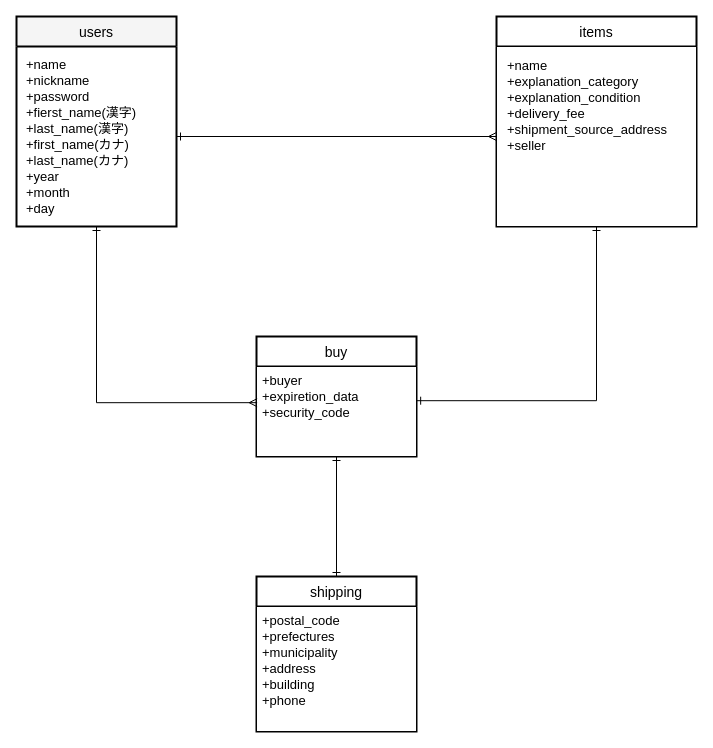
This is furima.dio from takashimayuusuke/furima-32497, a draw.io file, before an edit. Source tidied: cells renumbered, new cells numbered last; positions are measured from the earlier drawing's top-left corner, leaving out a move shared by most shapes. Both pictures are drawn from the tidied source at 100%, with x=0, y=0 at pixel (16, 16).
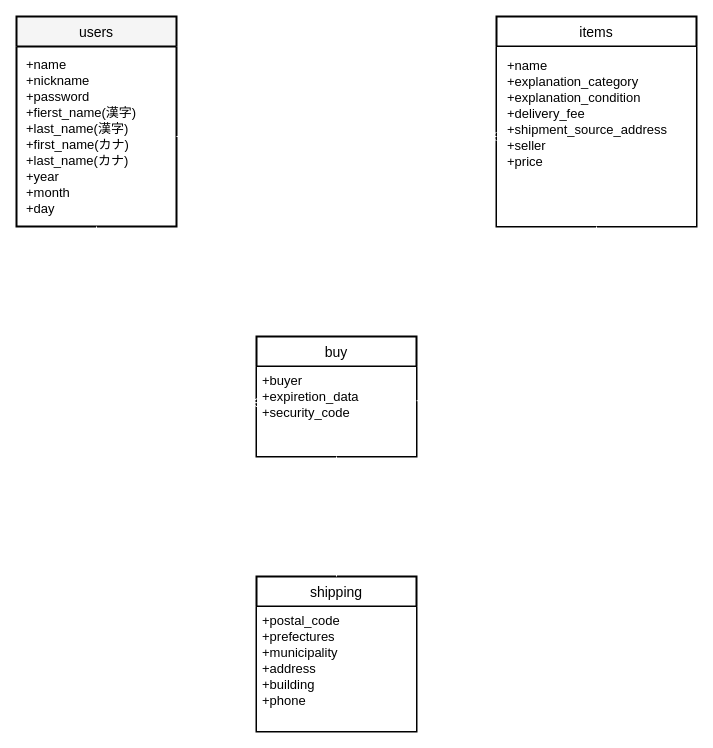
After the change.

What changed in the source:
```diff
@@
 <mxGraphModel>
   <root>
     <mxCell id="0" />
     <mxCell id="1" parent="0" />
     <mxCell id="2" value="users" style="swimlane;horizontal=1;startSize=30;rounded=0;fontSize=14;fontStyle=0;strokeWidth=2;shadow=0;dashed=0;align=center;fillColor=#f5f5f5;swimlaneFillColor=#ffffff;fontColor=#000000;strokeColor=#000000;" parent="1" vertex="1">
       <mxGeometry width="160" height="210" as="geometry" />
     </mxCell>
     <mxCell id="3" value="+name&#10;+nickname&#10;+password&#10;+fierst_name(漢字)&#10;+last_name(漢字)&#10;+first_name(カナ)&#10;+last_name(カナ)&#10;+year&#10;+month&#10;+day&#10;&#10;" style="align=left;strokeColor=none;fillColor=none;spacingLeft=4;fontSize=13;verticalAlign=top;spacing=6;fontColor=#000000;labelBorderColor=none;" parent="2" vertex="1">
       <mxGeometry y="30" width="160" height="180" as="geometry" />
     </mxCell>
     <mxCell id="4" value="items" style="swimlane;horizontal=1;startSize=30;rounded=0;fontSize=14;fontStyle=0;strokeWidth=2;shadow=0;dashed=0;align=center;fontColor=#000000;labelBackgroundColor=none;fillColor=#FFFFFF;swimlaneFillColor=#FFFFFF;strokeColor=#000000;" parent="1" vertex="1">
       <mxGeometry x="480" width="200" height="210" as="geometry" />
     </mxCell>
-    <mxCell id="5" value="+name&#10;+explanation_category&#10;+explanation_condition&#10;+delivery_fee&#10;+shipment_source_address&#10;+seller" style="align=left;spacingLeft=4;fontSize=13;verticalAlign=top;spacing=7;fontColor=#000000;fillColor=#FFFFFF;strokeColor=#000000;" parent="4" vertex="1">
+    <mxCell id="5" value="+name&#10;+explanation_category&#10;+explanation_condition&#10;+delivery_fee&#10;+shipment_source_address&#10;+seller&#10;+price" style="align=left;spacingLeft=4;fontSize=13;verticalAlign=top;spacing=7;fontColor=#000000;fillColor=#FFFFFF;" parent="4" vertex="1">
       <mxGeometry y="30" width="200" height="180" as="geometry" />
     </mxCell>
-    <mxCell id="6" style="edgeStyle=orthogonalEdgeStyle;rounded=0;jettySize=auto;html=1;exitX=1;exitY=0.5;exitDx=0;exitDy=0;entryX=0;entryY=0.5;entryDx=0;entryDy=0;startArrow=ERone;startFill=0;startSize=6;endArrow=ERmany;endFill=0;" parent="1" edge="1" source="3" target="5">
+    <mxCell id="6" style="edgeStyle=orthogonalEdgeStyle;rounded=0;jettySize=auto;html=1;exitX=1;exitY=0.5;exitDx=0;exitDy=0;entryX=0;entryY=0.5;entryDx=0;entryDy=0;startArrow=ERone;startFill=0;startSize=6;endArrow=ERmany;endFill=0;strokeColor=#FFFFFF;" parent="1" edge="1" source="3" target="5">
       <mxGeometry relative="1" as="geometry" />
     </mxCell>
     <mxCell id="7" value="buy" style="swimlane;horizontal=1;startSize=30;rounded=0;fontSize=14;fontStyle=0;strokeWidth=2;shadow=0;dashed=0;align=center;fillColor=#FFFFFF;fontColor=#000000;strokeColor=#000000;swimlaneFillColor=#ffffff;" parent="1" vertex="1">
       <mxGeometry x="240" y="320" width="160" height="120" as="geometry" />
     </mxCell>
     <mxCell id="8" value="+buyer&#10;+expiretion_data&#10;+security_code" style="align=left;spacingLeft=4;fontSize=13;verticalAlign=top;fontColor=#000000;fillColor=#FFFFFF;strokeColor=#000000;" parent="7" vertex="1">
       <mxGeometry y="30" width="160" height="90" as="geometry" />
     </mxCell>
-    <mxCell id="9" style="edgeStyle=orthogonalEdgeStyle;rounded=0;jettySize=auto;html=1;exitX=0.5;exitY=1;exitDx=0;exitDy=0;entryX=0.004;entryY=0.402;entryDx=0;entryDy=0;entryPerimeter=0;startArrow=ERone;startFill=0;startSize=6;endArrow=ERmany;endFill=0;strokeWidth=1;" parent="1" edge="1" source="3" target="8">
+    <mxCell id="9" style="edgeStyle=orthogonalEdgeStyle;rounded=0;jettySize=auto;html=1;exitX=0.5;exitY=1;exitDx=0;exitDy=0;entryX=0.004;entryY=0.402;entryDx=0;entryDy=0;entryPerimeter=0;startArrow=ERone;startFill=0;startSize=6;endArrow=ERmany;endFill=0;strokeWidth=1;strokeColor=#FFFFFF;" parent="1" edge="1" source="3" target="8">
       <mxGeometry relative="1" as="geometry" />
     </mxCell>
-    <mxCell id="10" style="edgeStyle=orthogonalEdgeStyle;rounded=0;jettySize=auto;html=1;exitX=0.5;exitY=1;exitDx=0;exitDy=0;entryX=1.001;entryY=0.38;entryDx=0;entryDy=0;startArrow=ERone;startFill=0;startSize=6;endArrow=ERone;endFill=0;strokeWidth=1;entryPerimeter=0;" parent="1" edge="1" source="5" target="8">
+    <mxCell id="10" style="edgeStyle=orthogonalEdgeStyle;rounded=0;jettySize=auto;html=1;exitX=0.5;exitY=1;exitDx=0;exitDy=0;entryX=1.001;entryY=0.38;entryDx=0;entryDy=0;startArrow=ERone;startFill=0;startSize=6;endArrow=ERone;endFill=0;strokeWidth=1;entryPerimeter=0;strokeColor=#FFFFFF;" parent="1" edge="1" source="5" target="8">
       <mxGeometry relative="1" as="geometry" />
     </mxCell>
     <mxCell id="11" value="shipping" style="swimlane;horizontal=1;startSize=30;rounded=0;fontSize=14;fontStyle=0;strokeWidth=2;shadow=0;dashed=0;align=center;fillColor=#FFFFFF;fontColor=#000000;swimlaneFillColor=#000000;strokeColor=#000000;" parent="1" vertex="1">
       <mxGeometry x="240" y="560" width="160" height="155" as="geometry" />
     </mxCell>
     <mxCell id="12" value="+postal_code&#10;+prefectures&#10;+municipality&#10;+address&#10;+building&#10;+phone" style="align=left;spacingLeft=4;fontSize=13;verticalAlign=top;fillColor=#FFFFFF;fontColor=#000000;strokeColor=#000000;" parent="11" vertex="1">
       <mxGeometry y="30" width="160" height="125" as="geometry" />
     </mxCell>
-    <mxCell id="13" style="edgeStyle=orthogonalEdgeStyle;rounded=0;jettySize=auto;html=1;exitX=0.5;exitY=1;exitDx=0;exitDy=0;entryX=0.5;entryY=0;entryDx=0;entryDy=0;startArrow=ERone;startFill=0;startSize=6;endArrow=ERone;endFill=0;strokeWidth=1;" parent="1" edge="1" source="8" target="11">
+    <mxCell id="13" style="edgeStyle=orthogonalEdgeStyle;rounded=0;jettySize=auto;html=1;exitX=0.5;exitY=1;exitDx=0;exitDy=0;entryX=0.5;entryY=0;entryDx=0;entryDy=0;startArrow=ERone;startFill=0;startSize=6;endArrow=ERone;endFill=0;strokeWidth=1;strokeColor=#FFFFFF;" parent="1" edge="1" source="8" target="11">
       <mxGeometry relative="1" as="geometry" />
     </mxCell>
   </root>
 </mxGraphModel>
```
